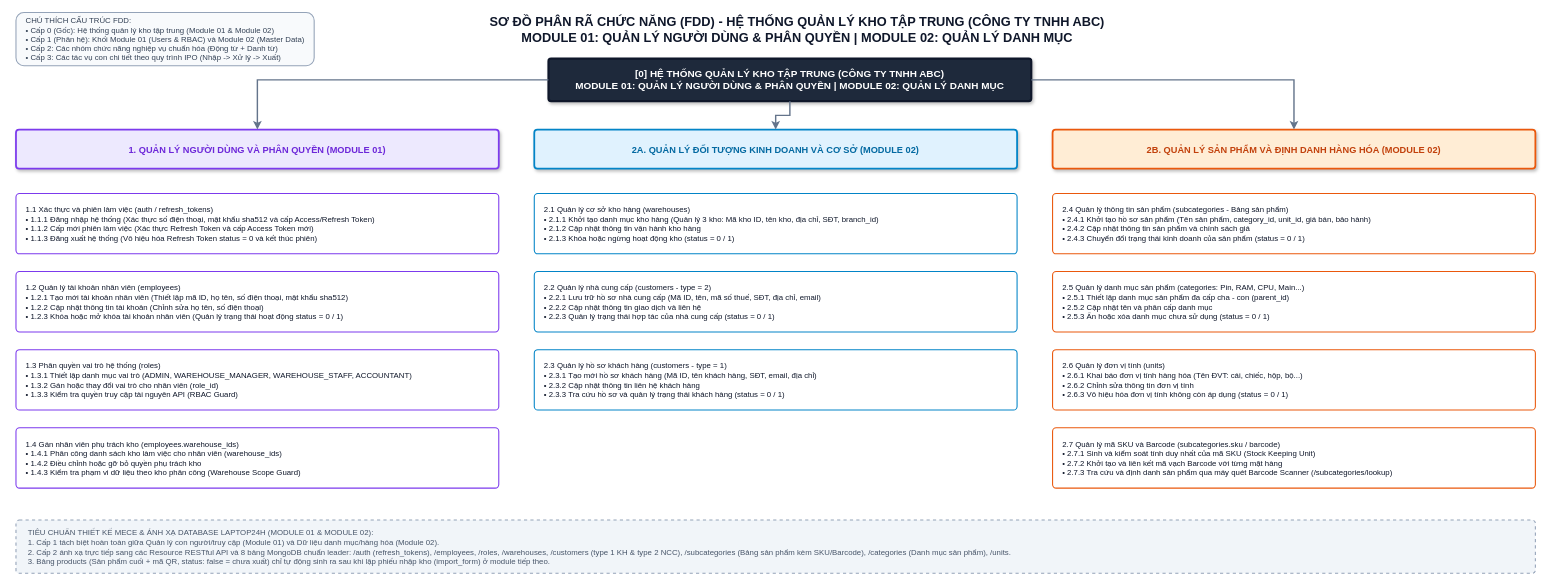
Earlier version of the draw.io diagram drawio/LessonTwo/FDD.drawio (hungnm3112/Project-A). Source tidied: cells renumbered, new cells numbered last; positions are measured from the earlier drawing's top-left corner, leaving out a move shared by most shapes. Both pictures are drawn from the tidied source at 71%, with x=0, y=0 at pixel (16, 12).
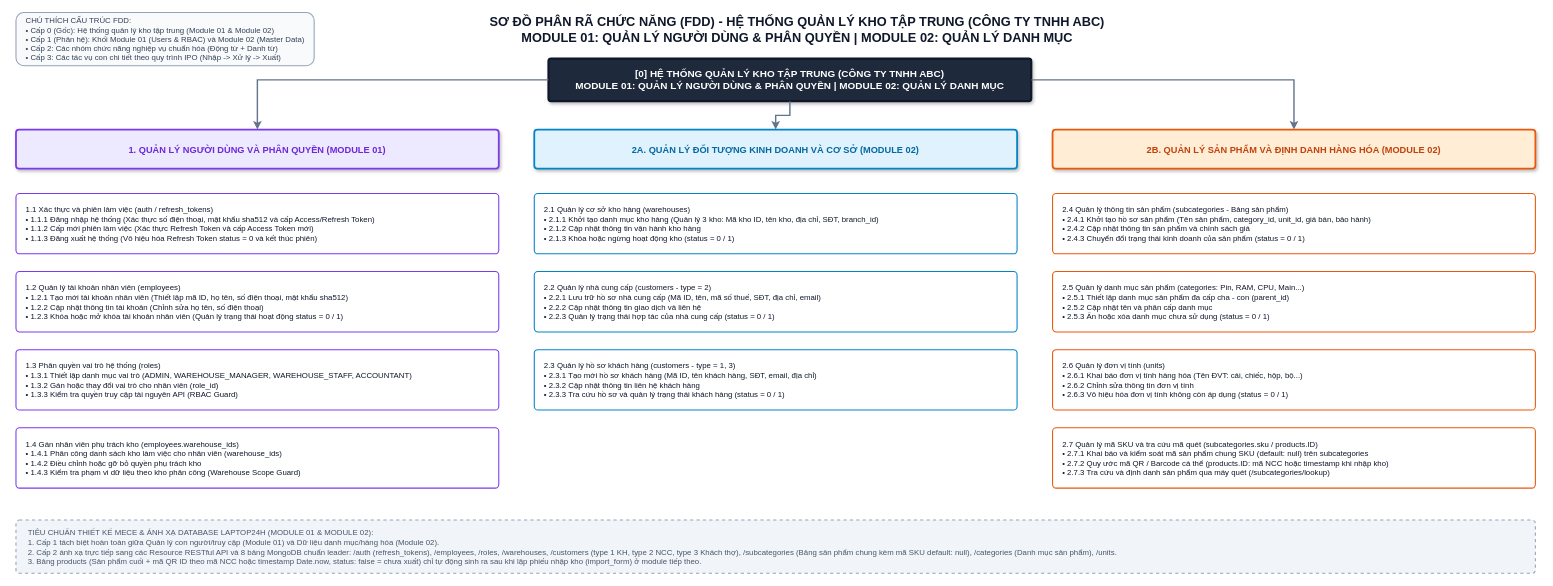
Above is the later version.

What changed in the source:
```diff
@@
-    <mxCell id="17" value="2.3 Quản lý hồ sơ khách hàng (customers - type = 1)&#10;• 2.3.1 Tạo mới hồ sơ khách hàng (Mã ID, tên khách hàng, SĐT, email, địa chỉ)&#10;• 2.3.2 Cập nhật thông tin liên hệ khách hàng&#10;• 2.3.3 Tra cứu hồ sơ và quản lý trạng thái khách hàng (status = 0 / 1)" style="rounded=1;whiteSpace=wrap;html=1;arcSize=6;fillColor=#ffffff;strokeColor=#0284c7;strokeWidth=1.5;align=left;spacingLeft=12;fontSize=11;fontColor=#0f172a;" parent="1" vertex="1">
+    <mxCell id="17" value="2.3 Quản lý hồ sơ khách hàng (customers - type = 1, 3)&#10;• 2.3.1 Tạo mới hồ sơ khách hàng (Mã ID, tên khách hàng, SĐT, email, địa chỉ)&#10;• 2.3.2 Cập nhật thông tin liên hệ khách hàng&#10;• 2.3.3 Tra cứu hồ sơ và quản lý trạng thái khách hàng (status = 0 / 1)" style="rounded=1;whiteSpace=wrap;html=1;arcSize=6;fillColor=#ffffff;strokeColor=#0284c7;strokeWidth=1.5;align=left;spacingLeft=12;fontSize=11;fontColor=#0f172a;" parent="1" vertex="1">
       <mxGeometry x="730" y="475" width="680" height="85" as="geometry" />
     </mxCell>
@@
-    <mxCell id="21" value="2.7 Quản lý mã SKU và Barcode (subcategories.sku / barcode)&#10;• 2.7.1 Sinh và kiểm soát tính duy nhất của mã SKU (Stock Keeping Unit)&#10;• 2.7.2 Khởi tạo và liên kết mã vạch Barcode với từng mặt hàng&#10;• 2.7.3 Tra cứu và định danh sản phẩm qua máy quét Barcode Scanner (/subcategories/lookup)" style="rounded=1;whiteSpace=wrap;html=1;arcSize=6;fillColor=#ffffff;strokeColor=#ea580c;strokeWidth=1.5;align=left;spacingLeft=12;fontSize=11;fontColor=#0f172a;" parent="1" vertex="1">
+    <mxCell id="21" value="2.7 Quản lý mã SKU và tra cứu mã quét (subcategories.sku / products.ID)&#10;• 2.7.1 Khai báo và kiểm soát mã sản phẩm chung SKU (default: null) trên subcategories&#10;• 2.7.2 Quy ước mã QR / Barcode cá thể (products.ID: mã NCC hoặc timestamp khi nhập kho)&#10;• 2.7.3 Tra cứu và định danh sản phẩm qua máy quét (/subcategories/lookup)" style="rounded=1;whiteSpace=wrap;html=1;arcSize=6;fillColor=#ffffff;strokeColor=#ea580c;strokeWidth=1.5;align=left;spacingLeft=12;fontSize=11;fontColor=#0f172a;" parent="1" vertex="1">
       <mxGeometry x="1460" y="585" width="680" height="85" as="geometry" />
     </mxCell>
-    <mxCell id="22" value="TIÊU CHUẨN THIẾT KẾ MECE &amp; ÁNH XẠ DATABASE LAPTOP24H (MODULE 01 &amp; MODULE 02):&#10;1. Cấp 1 tách biệt hoàn toàn giữa Quản lý con người/truy cập (Module 01) và Dữ liệu danh mục/hàng hóa (Module 02).&#10;2. Cấp 2 ánh xạ trực tiếp sang các Resource RESTful API và 8 bảng MongoDB chuẩn leader: /auth (refresh_tokens), /employees, /roles, /warehouses, /customers (type 1 KH &amp; type 2 NCC), /subcategories (Bảng sản phẩm kèm SKU/Barcode), /categories (Danh mục sản phẩm), /units.&#10;3. Bảng products (Sản phẩm cuối + mã QR, status: false = chưa xuất) chỉ tự động sinh ra sau khi lập phiếu nhập kho (import_form) ở module tiếp theo." style="rounded=1;whiteSpace=wrap;html=1;arcSize=6;dashed=1;fillColor=#f1f5f9;strokeColor=#94a3b8;strokeWidth=1.5;fontSize=11;fontColor=#475569;align=left;spacingLeft=15;" parent="1" vertex="1">
+    <mxCell id="22" value="TIÊU CHUẨN THIẾT KẾ MECE &amp; ÁNH XẠ DATABASE LAPTOP24H (MODULE 01 &amp; MODULE 02):&#10;1. Cấp 1 tách biệt hoàn toàn giữa Quản lý con người/truy cập (Module 01) và Dữ liệu danh mục/hàng hóa (Module 02).&#10;2. Cấp 2 ánh xạ trực tiếp sang các Resource RESTful API và 8 bảng MongoDB chuẩn leader: /auth (refresh_tokens), /employees, /roles, /warehouses, /customers (type 1 KH, type 2 NCC, type 3 Khách thợ), /subcategories (Bảng sản phẩm chung kèm mã SKU default: null), /categories (Danh mục sản phẩm), /units.&#10;3. Bảng products (Sản phẩm cuối + mã QR ID theo mã NCC hoặc timestamp Date.now, status: false = chưa xuất) chỉ tự động sinh ra sau khi lập phiếu nhập kho (import_form) ở module tiếp theo." style="rounded=1;whiteSpace=wrap;html=1;arcSize=6;dashed=1;fillColor=#f1f5f9;strokeColor=#94a3b8;strokeWidth=1.5;fontSize=11;fontColor=#475569;align=left;spacingLeft=15;" parent="1" vertex="1">
       <mxGeometry y="715" width="2140" height="75" as="geometry" />
     </mxCell>
```
